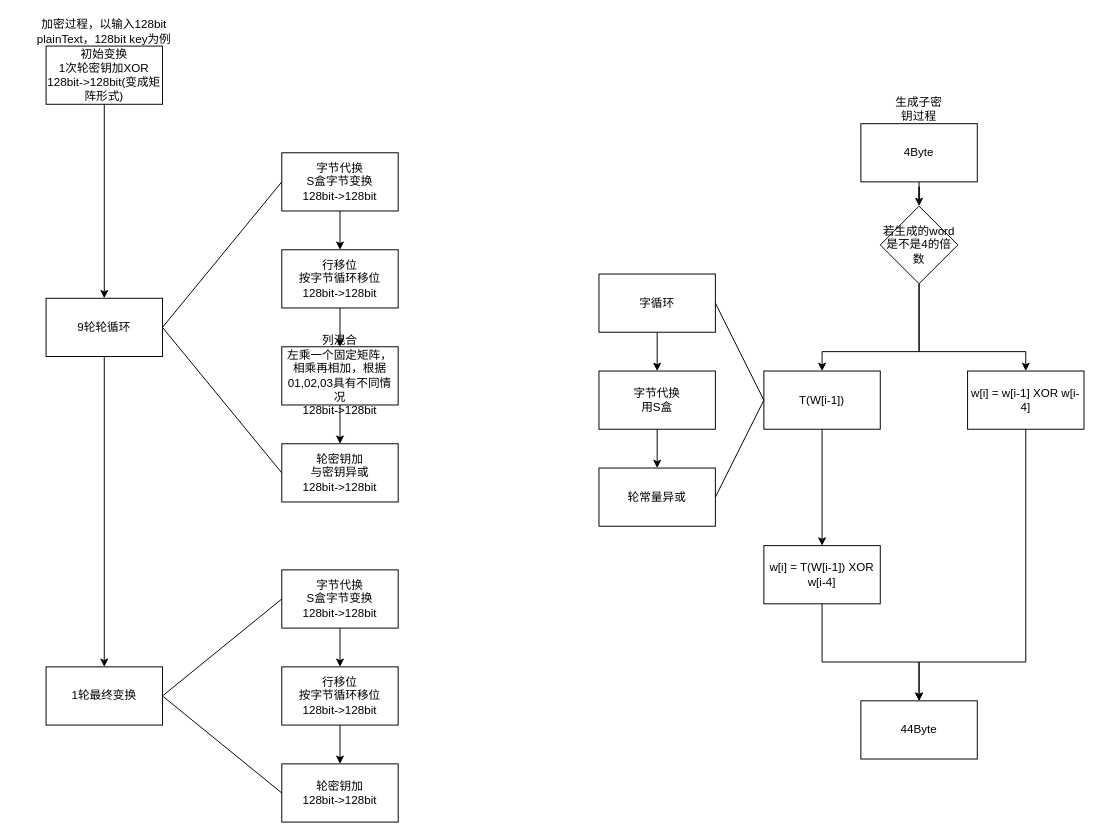
Before: AES.drawio in yingmuzhi/cryptology, a draw.io diagram. Source tidied: cells renumbered, new cells numbered last; positions are measured from the earlier drawing's top-left corner, leaving out a move shared by most shapes. Both pictures are drawn from the tidied source at 97%, with x=0, y=0 at pixel (16, 16).
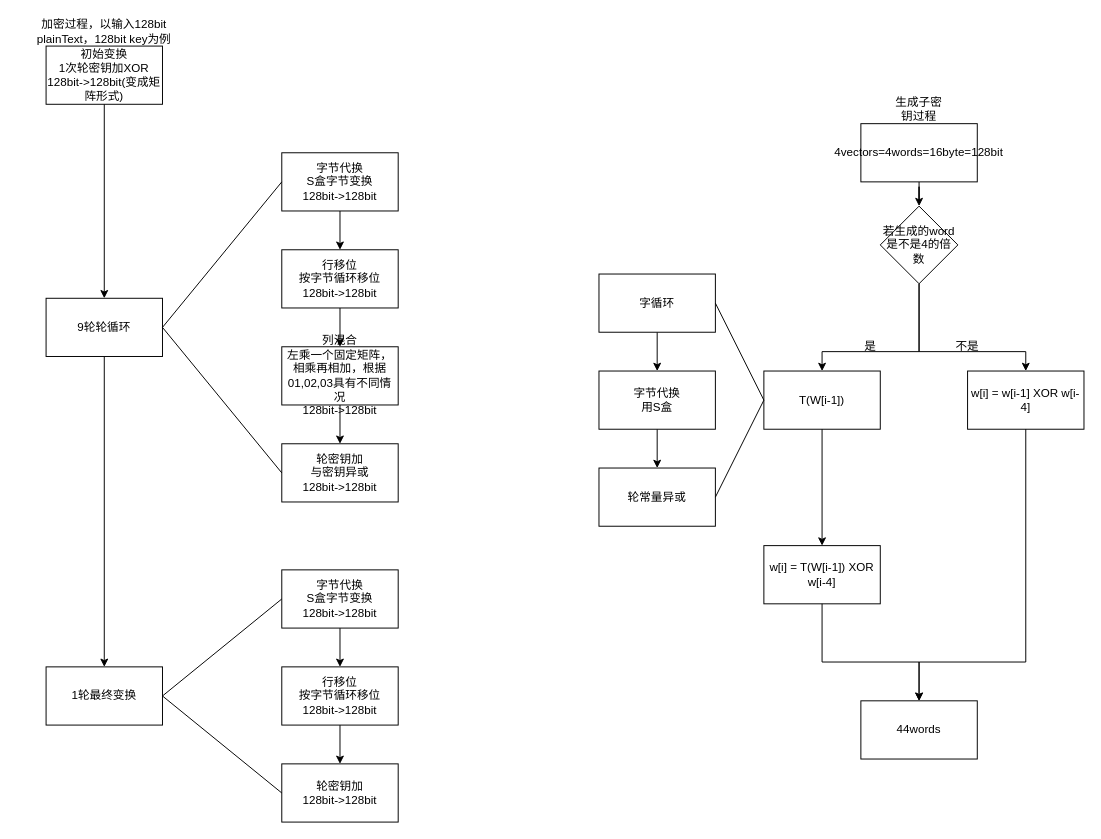
Above is the later version.

What changed in the source:
```diff
@@
-    <mxCell id="40" value="4Byte" style="rounded=0;whiteSpace=wrap;html=1;" parent="1" vertex="1">
+    <mxCell id="40" value="4vectors=4words=16byte=128bit" style="rounded=0;whiteSpace=wrap;html=1;" parent="1" vertex="1">
       <mxGeometry x="870" y="110" width="120" height="60" as="geometry" />
     </mxCell>
-    <mxCell id="41" value="44Byte" style="rounded=0;whiteSpace=wrap;html=1;" parent="1" vertex="1">
+    <mxCell id="41" value="44words" style="rounded=0;whiteSpace=wrap;html=1;" parent="1" vertex="1">
       <mxGeometry x="870" y="705" width="120" height="60" as="geometry" />
     </mxCell>
@@
+    <mxCell id="44" value="是" style="text;html=1;strokeColor=none;fillColor=none;align=center;verticalAlign=middle;whiteSpace=wrap;rounded=0;" parent="1" vertex="1">
+      <mxGeometry x="850" y="325" width="60" height="30" as="geometry" />
+    </mxCell>
+    <mxCell id="45" value="不是" style="text;html=1;strokeColor=none;fillColor=none;align=center;verticalAlign=middle;whiteSpace=wrap;rounded=0;" parent="1" vertex="1">
+      <mxGeometry x="950" y="325" width="60" height="30" as="geometry" />
+    </mxCell>
```
